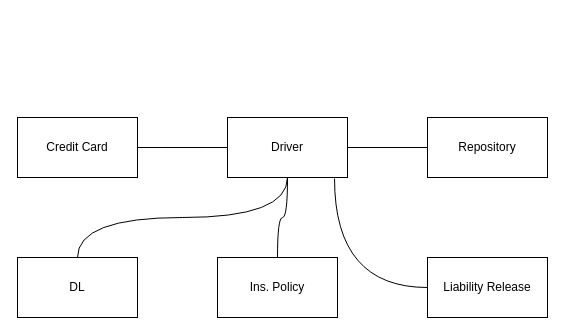
This is Domain Model for Use Case for Rental Car Diagram.drawio from smartijo/CISC201draw, a draw.io file, before an edit. Source tidied: cells renumbered, new cells numbered last; positions are measured from the earlier drawing's top-left corner, leaving out a move shared by most shapes. Both pictures are drawn from the tidied source at 100%, with x=0, y=0 at pixel (17, 117).
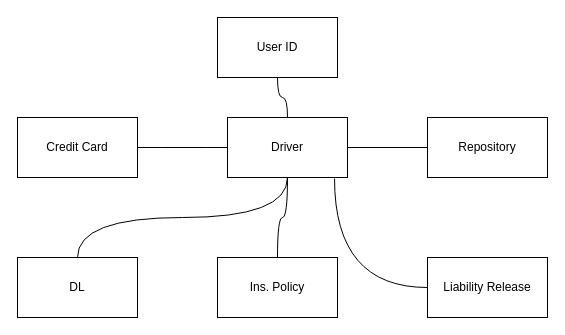
Above is the later version.

Diff of the diagram source:
```diff
@@
 <mxGraphModel>
   <root>
     <mxCell id="0" />
     <mxCell id="1" parent="0" />
     <mxCell id="2" style="edgeStyle=orthogonalEdgeStyle;jettySize=auto;html=1;endArrow=none;endFill=0;curved=1;" parent="1" edge="1" source="3" target="5">
       <mxGeometry relative="1" as="geometry">
         <Array as="points">
           <mxPoint x="170" y="30" />
           <mxPoint x="170" y="30" />
         </Array>
       </mxGeometry>
     </mxCell>
     <mxCell id="3" value="Credit Card" style="rounded=0;whiteSpace=wrap;html=1;" parent="1" vertex="1">
       <mxGeometry width="120" height="60" as="geometry" />
     </mxCell>
     <mxCell id="4" style="edgeStyle=orthogonalEdgeStyle;rounded=0;jettySize=auto;html=1;entryX=0;entryY=0.5;entryDx=0;entryDy=0;endArrow=none;endFill=0;" parent="1" edge="1" source="5" target="6">
       <mxGeometry relative="1" as="geometry" />
     </mxCell>
     <mxCell id="5" value="Driver" style="rounded=0;whiteSpace=wrap;html=1;" parent="1" vertex="1">
       <mxGeometry x="210" width="120" height="60" as="geometry" />
     </mxCell>
     <mxCell id="6" value="Repository" style="rounded=0;whiteSpace=wrap;html=1;" parent="1" vertex="1">
       <mxGeometry x="410" width="120" height="60" as="geometry" />
     </mxCell>
     <mxCell id="7" style="edgeStyle=orthogonalEdgeStyle;jettySize=auto;html=1;entryX=0.5;entryY=1;entryDx=0;entryDy=0;endArrow=none;endFill=0;curved=1;" parent="1" edge="1" source="8" target="5">
       <mxGeometry relative="1" as="geometry">
         <Array as="points">
           <mxPoint x="60" y="100" />
           <mxPoint x="270" y="100" />
         </Array>
       </mxGeometry>
     </mxCell>
     <mxCell id="8" value="DL" style="rounded=0;whiteSpace=wrap;html=1;" parent="1" vertex="1">
       <mxGeometry y="140" width="120" height="60" as="geometry" />
     </mxCell>
     <mxCell id="9" style="edgeStyle=orthogonalEdgeStyle;curved=1;jettySize=auto;html=1;endArrow=none;endFill=0;" parent="1" edge="1" source="10" target="5">
       <mxGeometry relative="1" as="geometry" />
     </mxCell>
     <mxCell id="10" value="Ins. Policy" style="rounded=0;whiteSpace=wrap;html=1;" parent="1" vertex="1">
       <mxGeometry x="200" y="140" width="120" height="60" as="geometry" />
     </mxCell>
     <mxCell id="11" style="edgeStyle=orthogonalEdgeStyle;curved=1;jettySize=auto;html=1;entryX=0.892;entryY=1.017;entryDx=0;entryDy=0;entryPerimeter=0;endArrow=none;endFill=0;" parent="1" edge="1" source="12" target="5">
       <mxGeometry relative="1" as="geometry" />
     </mxCell>
     <mxCell id="12" value="Liability Release" style="rounded=0;whiteSpace=wrap;html=1;" parent="1" vertex="1">
       <mxGeometry x="410" y="140" width="120" height="60" as="geometry" />
     </mxCell>
+    <mxCell id="13" style="edgeStyle=orthogonalEdgeStyle;curved=1;jettySize=auto;html=1;endArrow=none;endFill=0;" parent="1" edge="1" source="14" target="5">
+      <mxGeometry relative="1" as="geometry" />
+    </mxCell>
+    <mxCell id="14" value="User ID" style="rounded=0;whiteSpace=wrap;html=1;" parent="1" vertex="1">
+      <mxGeometry x="200" y="-100" width="120" height="60" as="geometry" />
+    </mxCell>
   </root>
 </mxGraphModel>
```
